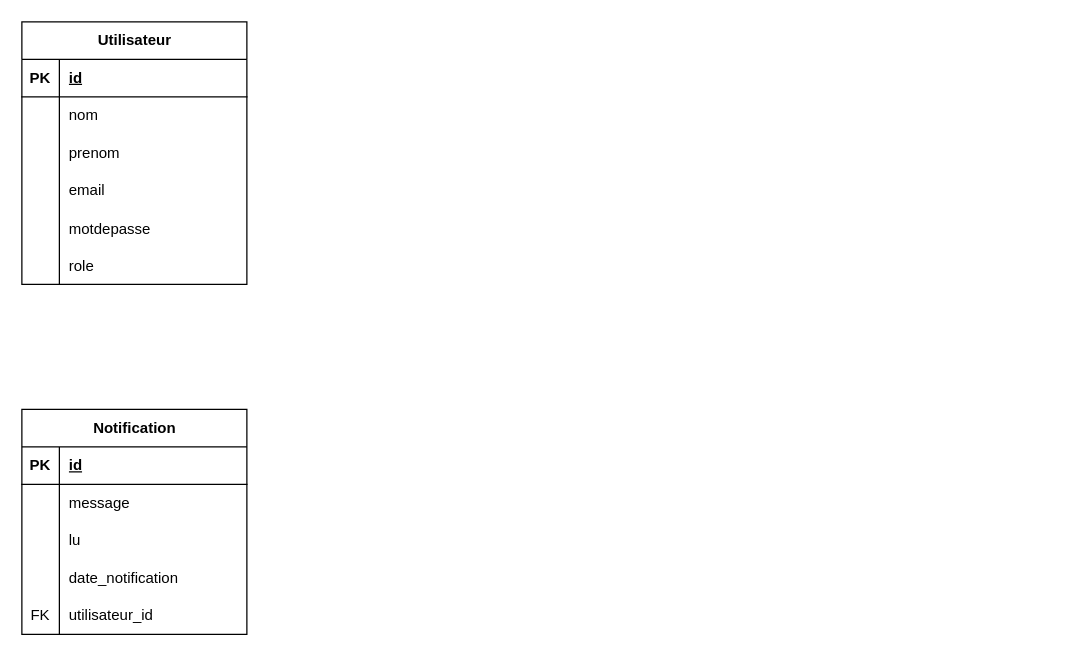
JinxYTW/Stage2024 keeps this draw.io diagram as chustage.drawio. Above is the earlier version. Source tidied: cells renumbered, new cells numbered last; positions are measured from the earlier drawing's top-left corner, leaving out a move shared by most shapes. Both pictures are drawn from the tidied source at 125%, with x=0, y=0 at pixel (21, 21).
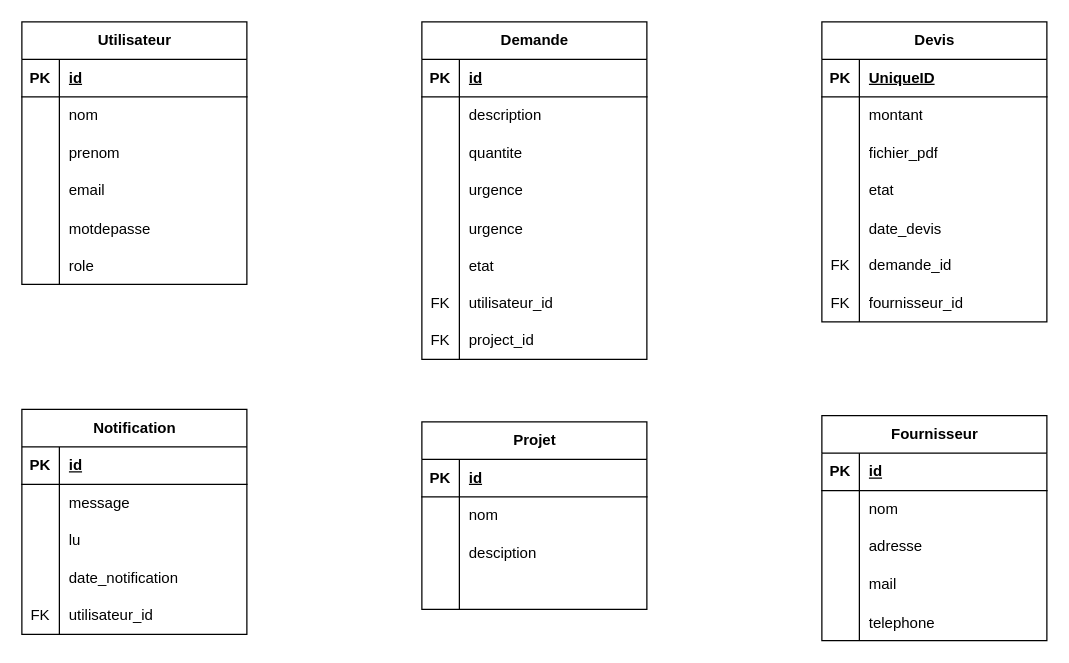
Above is the later version.

Commit message:
Ajout dautre table

The edit, as a diff of the source:
```diff
@@
+    <mxCell id="37" value="Demande" style="shape=table;startSize=30;childLayout=tableLayout;rowLines=0;fontStyle=1;align=center;html=1;" parent="1" vertex="1">
+      <mxGeometry x="320" width="180" height="270" as="geometry" />
+    </mxCell>
+    <mxCell id="38" style="shape=tableRow;horizontal=0;startSize=0;swimlaneHead=0;swimlaneBody=0;fillColor=none;top=0;left=0;right=0;bottom=1;" parent="37" vertex="1">
+      <mxGeometry y="30" width="180" height="30" as="geometry" />
+    </mxCell>
+    <mxCell id="39" value="PK" style="shape=partialRectangle;fillColor=none;top=0;left=0;bottom=0;right=0;fontStyle=1;overflow=hidden;whiteSpace=wrap;html=1;" parent="38" vertex="1">
+      <mxGeometry width="30" height="30" as="geometry" />
+    </mxCell>
+    <mxCell id="40" value="id" style="shape=partialRectangle;fillColor=none;top=0;left=0;bottom=0;right=0;align=left;spacingLeft=6;fontStyle=5;overflow=hidden;whiteSpace=wrap;html=1;" parent="38" vertex="1">
+      <mxGeometry x="30" width="150" height="30" as="geometry" />
+    </mxCell>
+    <mxCell id="41" style="shape=tableRow;horizontal=0;startSize=0;swimlaneHead=0;swimlaneBody=0;fillColor=none;top=0;left=0;right=0;bottom=0;" parent="37" vertex="1">
+      <mxGeometry y="60" width="180" height="30" as="geometry" />
+    </mxCell>
+    <mxCell id="42" style="shape=partialRectangle;fillColor=none;top=0;left=0;bottom=0;right=0;overflow=hidden;whiteSpace=wrap;html=1;" parent="41" vertex="1">
+      <mxGeometry width="30" height="30" as="geometry" />
+    </mxCell>
+    <mxCell id="43" value="description" style="shape=partialRectangle;fillColor=none;top=0;left=0;bottom=0;right=0;align=left;spacingLeft=6;overflow=hidden;whiteSpace=wrap;html=1;" parent="41" vertex="1">
+      <mxGeometry x="30" width="150" height="30" as="geometry" />
+    </mxCell>
+    <mxCell id="44" style="shape=tableRow;horizontal=0;startSize=0;swimlaneHead=0;swimlaneBody=0;fillColor=none;top=0;left=0;right=0;bottom=0;" parent="37" vertex="1">
+      <mxGeometry y="90" width="180" height="30" as="geometry" />
+    </mxCell>
+    <mxCell id="45" style="shape=partialRectangle;fillColor=none;top=0;left=0;bottom=0;right=0;overflow=hidden;whiteSpace=wrap;html=1;" parent="44" vertex="1">
+      <mxGeometry width="30" height="30" as="geometry" />
+    </mxCell>
+    <mxCell id="46" value="quantite" style="shape=partialRectangle;fillColor=none;top=0;left=0;bottom=0;right=0;align=left;spacingLeft=6;overflow=hidden;whiteSpace=wrap;html=1;" parent="44" vertex="1">
+      <mxGeometry x="30" width="150" height="30" as="geometry" />
+    </mxCell>
+    <mxCell id="47" style="shape=tableRow;horizontal=0;startSize=0;swimlaneHead=0;swimlaneBody=0;fillColor=none;top=0;left=0;right=0;bottom=0;" parent="37" vertex="1">
+      <mxGeometry y="120" width="180" height="30" as="geometry" />
+    </mxCell>
+    <mxCell id="48" style="shape=partialRectangle;fillColor=none;top=0;left=0;bottom=0;right=0;overflow=hidden;whiteSpace=wrap;html=1;" parent="47" vertex="1">
+      <mxGeometry width="30" height="30" as="geometry" />
+    </mxCell>
+    <mxCell id="49" value="urgence" style="shape=partialRectangle;fillColor=none;top=0;left=0;bottom=0;right=0;align=left;spacingLeft=6;overflow=hidden;whiteSpace=wrap;html=1;" parent="47" vertex="1">
+      <mxGeometry x="30" width="150" height="30" as="geometry" />
+    </mxCell>
+    <mxCell id="50" style="shape=tableRow;horizontal=0;startSize=0;swimlaneHead=0;swimlaneBody=0;fillColor=none;top=0;left=0;right=0;bottom=0;" parent="37" vertex="1">
+      <mxGeometry y="150" width="180" height="30" as="geometry" />
+    </mxCell>
+    <mxCell id="51" style="shape=partialRectangle;fillColor=none;top=0;left=0;bottom=0;right=0;overflow=hidden;" parent="50" vertex="1">
+      <mxGeometry width="30" height="30" as="geometry" />
+    </mxCell>
+    <mxCell id="52" value="urgence" style="shape=partialRectangle;fillColor=none;top=0;left=0;bottom=0;right=0;align=left;spacingLeft=6;overflow=hidden;" parent="50" vertex="1">
+      <mxGeometry x="30" width="150" height="30" as="geometry" />
+    </mxCell>
+    <mxCell id="53" style="shape=tableRow;horizontal=0;startSize=0;swimlaneHead=0;swimlaneBody=0;fillColor=none;top=0;left=0;right=0;bottom=0;" parent="37" vertex="1">
+      <mxGeometry y="180" width="180" height="30" as="geometry" />
+    </mxCell>
+    <mxCell id="54" style="shape=partialRectangle;fillColor=none;top=0;left=0;bottom=0;right=0;overflow=hidden;" parent="53" vertex="1">
+      <mxGeometry width="30" height="30" as="geometry" />
+    </mxCell>
+    <mxCell id="55" value="etat" style="shape=partialRectangle;fillColor=none;top=0;left=0;bottom=0;right=0;align=left;spacingLeft=6;overflow=hidden;" parent="53" vertex="1">
+      <mxGeometry x="30" width="150" height="30" as="geometry" />
+    </mxCell>
+    <mxCell id="56" style="shape=tableRow;horizontal=0;startSize=0;swimlaneHead=0;swimlaneBody=0;fillColor=none;top=0;left=0;right=0;bottom=0;" parent="37" vertex="1">
+      <mxGeometry y="210" width="180" height="30" as="geometry" />
+    </mxCell>
+    <mxCell id="57" value="FK" style="shape=partialRectangle;fillColor=none;top=0;left=0;bottom=0;right=0;fontStyle=0;overflow=hidden;whiteSpace=wrap;html=1;" parent="56" vertex="1">
+      <mxGeometry width="30" height="30" as="geometry" />
+    </mxCell>
+    <mxCell id="58" value="utilisateur_id" style="shape=partialRectangle;fillColor=none;top=0;left=0;bottom=0;right=0;align=left;spacingLeft=6;fontStyle=0;overflow=hidden;whiteSpace=wrap;html=1;" parent="56" vertex="1">
+      <mxGeometry x="30" width="150" height="30" as="geometry" />
+    </mxCell>
+    <mxCell id="59" style="shape=tableRow;horizontal=0;startSize=0;swimlaneHead=0;swimlaneBody=0;fillColor=none;top=0;left=0;right=0;bottom=0;" parent="37" vertex="1">
+      <mxGeometry y="240" width="180" height="30" as="geometry" />
+    </mxCell>
+    <mxCell id="60" value="FK" style="shape=partialRectangle;fillColor=none;top=0;left=0;bottom=0;right=0;fontStyle=0;overflow=hidden;whiteSpace=wrap;html=1;" parent="59" vertex="1">
+      <mxGeometry width="30" height="30" as="geometry" />
+    </mxCell>
+    <mxCell id="61" value="project_id" style="shape=partialRectangle;fillColor=none;top=0;left=0;bottom=0;right=0;align=left;spacingLeft=6;fontStyle=0;overflow=hidden;whiteSpace=wrap;html=1;" parent="59" vertex="1">
+      <mxGeometry x="30" width="150" height="30" as="geometry" />
+    </mxCell>
+    <mxCell id="62" value="Projet" style="shape=table;startSize=30;childLayout=tableLayout;rowLines=0;fontStyle=1;align=center;html=1;" parent="1" vertex="1">
+      <mxGeometry x="320" y="320" width="180" height="150" as="geometry" />
+    </mxCell>
+    <mxCell id="63" style="shape=tableRow;horizontal=0;startSize=0;swimlaneHead=0;swimlaneBody=0;fillColor=none;top=0;left=0;right=0;bottom=1;" parent="62" vertex="1">
+      <mxGeometry y="30" width="180" height="30" as="geometry" />
+    </mxCell>
+    <mxCell id="64" value="PK" style="shape=partialRectangle;fillColor=none;top=0;left=0;bottom=0;right=0;fontStyle=1;overflow=hidden;whiteSpace=wrap;html=1;" parent="63" vertex="1">
+      <mxGeometry width="30" height="30" as="geometry" />
+    </mxCell>
+    <mxCell id="65" value="id" style="shape=partialRectangle;fillColor=none;top=0;left=0;bottom=0;right=0;align=left;spacingLeft=6;fontStyle=5;overflow=hidden;whiteSpace=wrap;html=1;" parent="63" vertex="1">
+      <mxGeometry x="30" width="150" height="30" as="geometry" />
+    </mxCell>
+    <mxCell id="66" style="shape=tableRow;horizontal=0;startSize=0;swimlaneHead=0;swimlaneBody=0;fillColor=none;top=0;left=0;right=0;bottom=0;" parent="62" vertex="1">
+      <mxGeometry y="60" width="180" height="30" as="geometry" />
+    </mxCell>
+    <mxCell id="67" style="shape=partialRectangle;fillColor=none;top=0;left=0;bottom=0;right=0;overflow=hidden;whiteSpace=wrap;html=1;" parent="66" vertex="1">
+      <mxGeometry width="30" height="30" as="geometry" />
+    </mxCell>
+    <mxCell id="68" value="nom" style="shape=partialRectangle;fillColor=none;top=0;left=0;bottom=0;right=0;align=left;spacingLeft=6;overflow=hidden;whiteSpace=wrap;html=1;" parent="66" vertex="1">
+      <mxGeometry x="30" width="150" height="30" as="geometry" />
+    </mxCell>
+    <mxCell id="69" style="shape=tableRow;horizontal=0;startSize=0;swimlaneHead=0;swimlaneBody=0;fillColor=none;top=0;left=0;right=0;bottom=0;" parent="62" vertex="1">
+      <mxGeometry y="90" width="180" height="30" as="geometry" />
+    </mxCell>
+    <mxCell id="70" style="shape=partialRectangle;fillColor=none;top=0;left=0;bottom=0;right=0;overflow=hidden;whiteSpace=wrap;html=1;" parent="69" vertex="1">
+      <mxGeometry width="30" height="30" as="geometry" />
+    </mxCell>
+    <mxCell id="71" value="desciption" style="shape=partialRectangle;fillColor=none;top=0;left=0;bottom=0;right=0;align=left;spacingLeft=6;overflow=hidden;whiteSpace=wrap;html=1;" parent="69" vertex="1">
+      <mxGeometry x="30" width="150" height="30" as="geometry" />
+    </mxCell>
+    <mxCell id="72" style="shape=tableRow;horizontal=0;startSize=0;swimlaneHead=0;swimlaneBody=0;fillColor=none;top=0;left=0;right=0;bottom=0;" parent="62" vertex="1">
+      <mxGeometry y="120" width="180" height="30" as="geometry" />
+    </mxCell>
+    <mxCell id="73" style="shape=partialRectangle;fillColor=none;top=0;left=0;bottom=0;right=0;overflow=hidden;whiteSpace=wrap;html=1;" parent="72" vertex="1">
+      <mxGeometry width="30" height="30" as="geometry" />
+    </mxCell>
+    <mxCell id="74" style="shape=partialRectangle;fillColor=none;top=0;left=0;bottom=0;right=0;align=left;spacingLeft=6;overflow=hidden;whiteSpace=wrap;html=1;" parent="72" vertex="1">
+      <mxGeometry x="30" width="150" height="30" as="geometry" />
+    </mxCell>
+    <mxCell id="75" value="Devis" style="shape=table;startSize=30;childLayout=tableLayout;rowLines=0;fontStyle=1;align=center;html=1;" parent="1" vertex="1">
+      <mxGeometry x="640" width="180" height="240" as="geometry" />
+    </mxCell>
+    <mxCell id="76" style="shape=tableRow;horizontal=0;startSize=0;swimlaneHead=0;swimlaneBody=0;fillColor=none;top=0;left=0;right=0;bottom=1;" parent="75" vertex="1">
+      <mxGeometry y="30" width="180" height="30" as="geometry" />
+    </mxCell>
+    <mxCell id="77" value="PK" style="shape=partialRectangle;fillColor=none;top=0;left=0;bottom=0;right=0;fontStyle=1;overflow=hidden;whiteSpace=wrap;html=1;" parent="76" vertex="1">
+      <mxGeometry width="30" height="30" as="geometry" />
+    </mxCell>
+    <mxCell id="78" value="UniqueID" style="shape=partialRectangle;fillColor=none;top=0;left=0;bottom=0;right=0;align=left;spacingLeft=6;fontStyle=5;overflow=hidden;whiteSpace=wrap;html=1;" parent="76" vertex="1">
+      <mxGeometry x="30" width="150" height="30" as="geometry" />
+    </mxCell>
+    <mxCell id="79" style="shape=tableRow;horizontal=0;startSize=0;swimlaneHead=0;swimlaneBody=0;fillColor=none;top=0;left=0;right=0;bottom=0;" parent="75" vertex="1">
+      <mxGeometry y="60" width="180" height="30" as="geometry" />
+    </mxCell>
+    <mxCell id="80" style="shape=partialRectangle;fillColor=none;top=0;left=0;bottom=0;right=0;overflow=hidden;whiteSpace=wrap;html=1;" parent="79" vertex="1">
+      <mxGeometry width="30" height="30" as="geometry" />
+    </mxCell>
+    <mxCell id="81" value="montant" style="shape=partialRectangle;fillColor=none;top=0;left=0;bottom=0;right=0;align=left;spacingLeft=6;overflow=hidden;whiteSpace=wrap;html=1;" parent="79" vertex="1">
+      <mxGeometry x="30" width="150" height="30" as="geometry" />
+    </mxCell>
+    <mxCell id="82" style="shape=tableRow;horizontal=0;startSize=0;swimlaneHead=0;swimlaneBody=0;fillColor=none;top=0;left=0;right=0;bottom=0;" parent="75" vertex="1">
+      <mxGeometry y="90" width="180" height="30" as="geometry" />
+    </mxCell>
+    <mxCell id="83" style="shape=partialRectangle;fillColor=none;top=0;left=0;bottom=0;right=0;overflow=hidden;whiteSpace=wrap;html=1;" parent="82" vertex="1">
+      <mxGeometry width="30" height="30" as="geometry" />
+    </mxCell>
+    <mxCell id="84" value="fichier_pdf" style="shape=partialRectangle;fillColor=none;top=0;left=0;bottom=0;right=0;align=left;spacingLeft=6;overflow=hidden;whiteSpace=wrap;html=1;" parent="82" vertex="1">
+      <mxGeometry x="30" width="150" height="30" as="geometry" />
+    </mxCell>
+    <mxCell id="85" style="shape=tableRow;horizontal=0;startSize=0;swimlaneHead=0;swimlaneBody=0;fillColor=none;top=0;left=0;right=0;bottom=0;" parent="75" vertex="1">
+      <mxGeometry y="120" width="180" height="30" as="geometry" />
+    </mxCell>
+    <mxCell id="86" style="shape=partialRectangle;fillColor=none;top=0;left=0;bottom=0;right=0;overflow=hidden;whiteSpace=wrap;html=1;" parent="85" vertex="1">
+      <mxGeometry width="30" height="30" as="geometry" />
+    </mxCell>
+    <mxCell id="87" value="etat" style="shape=partialRectangle;fillColor=none;top=0;left=0;bottom=0;right=0;align=left;spacingLeft=6;overflow=hidden;whiteSpace=wrap;html=1;" parent="85" vertex="1">
+      <mxGeometry x="30" width="150" height="30" as="geometry" />
+    </mxCell>
+    <mxCell id="88" style="shape=tableRow;horizontal=0;startSize=0;swimlaneHead=0;swimlaneBody=0;fillColor=none;top=0;left=0;right=0;bottom=0;" parent="75" vertex="1">
+      <mxGeometry y="150" width="180" height="30" as="geometry" />
+    </mxCell>
+    <mxCell id="89" style="shape=partialRectangle;fillColor=none;top=0;left=0;bottom=0;right=0;overflow=hidden;" parent="88" vertex="1">
+      <mxGeometry width="30" height="30" as="geometry" />
+    </mxCell>
+    <mxCell id="90" value="date_devis" style="shape=partialRectangle;fillColor=none;top=0;left=0;bottom=0;right=0;align=left;spacingLeft=6;overflow=hidden;" parent="88" vertex="1">
+      <mxGeometry x="30" width="150" height="30" as="geometry" />
+    </mxCell>
+    <mxCell id="91" style="shape=tableRow;horizontal=0;startSize=0;swimlaneHead=0;swimlaneBody=0;fillColor=none;top=0;left=0;right=0;bottom=0;" parent="75" vertex="1">
+      <mxGeometry y="180" width="180" height="30" as="geometry" />
+    </mxCell>
+    <mxCell id="92" value="FK" style="shape=partialRectangle;fillColor=none;top=0;left=0;bottom=0;right=0;fontStyle=0;overflow=hidden;whiteSpace=wrap;html=1;" parent="91" vertex="1">
+      <mxGeometry width="30" height="30" as="geometry" />
+    </mxCell>
+    <mxCell id="93" value="demande_id" style="shape=partialRectangle;fillColor=none;top=0;left=0;bottom=0;right=0;align=left;spacingLeft=6;fontStyle=0;overflow=hidden;whiteSpace=wrap;html=1;" parent="91" vertex="1">
+      <mxGeometry x="30" width="150" height="30" as="geometry" />
+    </mxCell>
+    <mxCell id="94" style="shape=tableRow;horizontal=0;startSize=0;swimlaneHead=0;swimlaneBody=0;fillColor=none;top=0;left=0;right=0;bottom=0;" parent="75" vertex="1">
+      <mxGeometry y="210" width="180" height="30" as="geometry" />
+    </mxCell>
+    <mxCell id="95" value="FK" style="shape=partialRectangle;fillColor=none;top=0;left=0;bottom=0;right=0;fontStyle=0;overflow=hidden;whiteSpace=wrap;html=1;" parent="94" vertex="1">
+      <mxGeometry width="30" height="30" as="geometry" />
+    </mxCell>
+    <mxCell id="96" value="fournisseur_id" style="shape=partialRectangle;fillColor=none;top=0;left=0;bottom=0;right=0;align=left;spacingLeft=6;fontStyle=0;overflow=hidden;whiteSpace=wrap;html=1;" parent="94" vertex="1">
+      <mxGeometry x="30" width="150" height="30" as="geometry" />
+    </mxCell>
+    <mxCell id="97" value="Fournisseur" style="shape=table;startSize=30;childLayout=tableLayout;rowLines=0;fontStyle=1;align=center;html=1;" parent="1" vertex="1">
+      <mxGeometry x="640" y="315" width="180" height="180" as="geometry" />
+    </mxCell>
+    <mxCell id="98" style="shape=tableRow;horizontal=0;startSize=0;swimlaneHead=0;swimlaneBody=0;fillColor=none;top=0;left=0;right=0;bottom=1;" parent="97" vertex="1">
+      <mxGeometry y="30" width="180" height="30" as="geometry" />
+    </mxCell>
+    <mxCell id="99" value="PK" style="shape=partialRectangle;fillColor=none;top=0;left=0;bottom=0;right=0;fontStyle=1;overflow=hidden;whiteSpace=wrap;html=1;" parent="98" vertex="1">
+      <mxGeometry width="30" height="30" as="geometry" />
+    </mxCell>
+    <mxCell id="100" value="id" style="shape=partialRectangle;fillColor=none;top=0;left=0;bottom=0;right=0;align=left;spacingLeft=6;fontStyle=5;overflow=hidden;whiteSpace=wrap;html=1;" parent="98" vertex="1">
+      <mxGeometry x="30" width="150" height="30" as="geometry" />
+    </mxCell>
+    <mxCell id="101" style="shape=tableRow;horizontal=0;startSize=0;swimlaneHead=0;swimlaneBody=0;fillColor=none;top=0;left=0;right=0;bottom=0;" parent="97" vertex="1">
+      <mxGeometry y="60" width="180" height="30" as="geometry" />
+    </mxCell>
+    <mxCell id="102" style="shape=partialRectangle;fillColor=none;top=0;left=0;bottom=0;right=0;overflow=hidden;whiteSpace=wrap;html=1;" parent="101" vertex="1">
+      <mxGeometry width="30" height="30" as="geometry" />
+    </mxCell>
+    <mxCell id="103" value="nom" style="shape=partialRectangle;fillColor=none;top=0;left=0;bottom=0;right=0;align=left;spacingLeft=6;overflow=hidden;whiteSpace=wrap;html=1;" parent="101" vertex="1">
+      <mxGeometry x="30" width="150" height="30" as="geometry" />
+    </mxCell>
+    <mxCell id="104" style="shape=tableRow;horizontal=0;startSize=0;swimlaneHead=0;swimlaneBody=0;fillColor=none;top=0;left=0;right=0;bottom=0;" parent="97" vertex="1">
+      <mxGeometry y="90" width="180" height="30" as="geometry" />
+    </mxCell>
+    <mxCell id="105" style="shape=partialRectangle;fillColor=none;top=0;left=0;bottom=0;right=0;overflow=hidden;whiteSpace=wrap;html=1;" parent="104" vertex="1">
+      <mxGeometry width="30" height="30" as="geometry" />
+    </mxCell>
+    <mxCell id="106" value="adresse" style="shape=partialRectangle;fillColor=none;top=0;left=0;bottom=0;right=0;align=left;spacingLeft=6;overflow=hidden;whiteSpace=wrap;html=1;" parent="104" vertex="1">
+      <mxGeometry x="30" width="150" height="30" as="geometry" />
+    </mxCell>
+    <mxCell id="107" style="shape=tableRow;horizontal=0;startSize=0;swimlaneHead=0;swimlaneBody=0;fillColor=none;top=0;left=0;right=0;bottom=0;" parent="97" vertex="1">
+      <mxGeometry y="120" width="180" height="30" as="geometry" />
+    </mxCell>
+    <mxCell id="108" style="shape=partialRectangle;fillColor=none;top=0;left=0;bottom=0;right=0;overflow=hidden;whiteSpace=wrap;html=1;" parent="107" vertex="1">
+      <mxGeometry width="30" height="30" as="geometry" />
+    </mxCell>
+    <mxCell id="109" value="mail" style="shape=partialRectangle;fillColor=none;top=0;left=0;bottom=0;right=0;align=left;spacingLeft=6;overflow=hidden;whiteSpace=wrap;html=1;" parent="107" vertex="1">
+      <mxGeometry x="30" width="150" height="30" as="geometry" />
+    </mxCell>
+    <mxCell id="110" style="shape=tableRow;horizontal=0;startSize=0;swimlaneHead=0;swimlaneBody=0;fillColor=none;top=0;left=0;right=0;bottom=0;" parent="97" vertex="1">
+      <mxGeometry y="150" width="180" height="30" as="geometry" />
+    </mxCell>
+    <mxCell id="111" style="shape=partialRectangle;fillColor=none;top=0;left=0;bottom=0;right=0;overflow=hidden;" parent="110" vertex="1">
+      <mxGeometry width="30" height="30" as="geometry" />
+    </mxCell>
+    <mxCell id="112" value="telephone" style="shape=partialRectangle;fillColor=none;top=0;left=0;bottom=0;right=0;align=left;spacingLeft=6;overflow=hidden;" parent="110" vertex="1">
+      <mxGeometry x="30" width="150" height="30" as="geometry" />
+    </mxCell>
```
